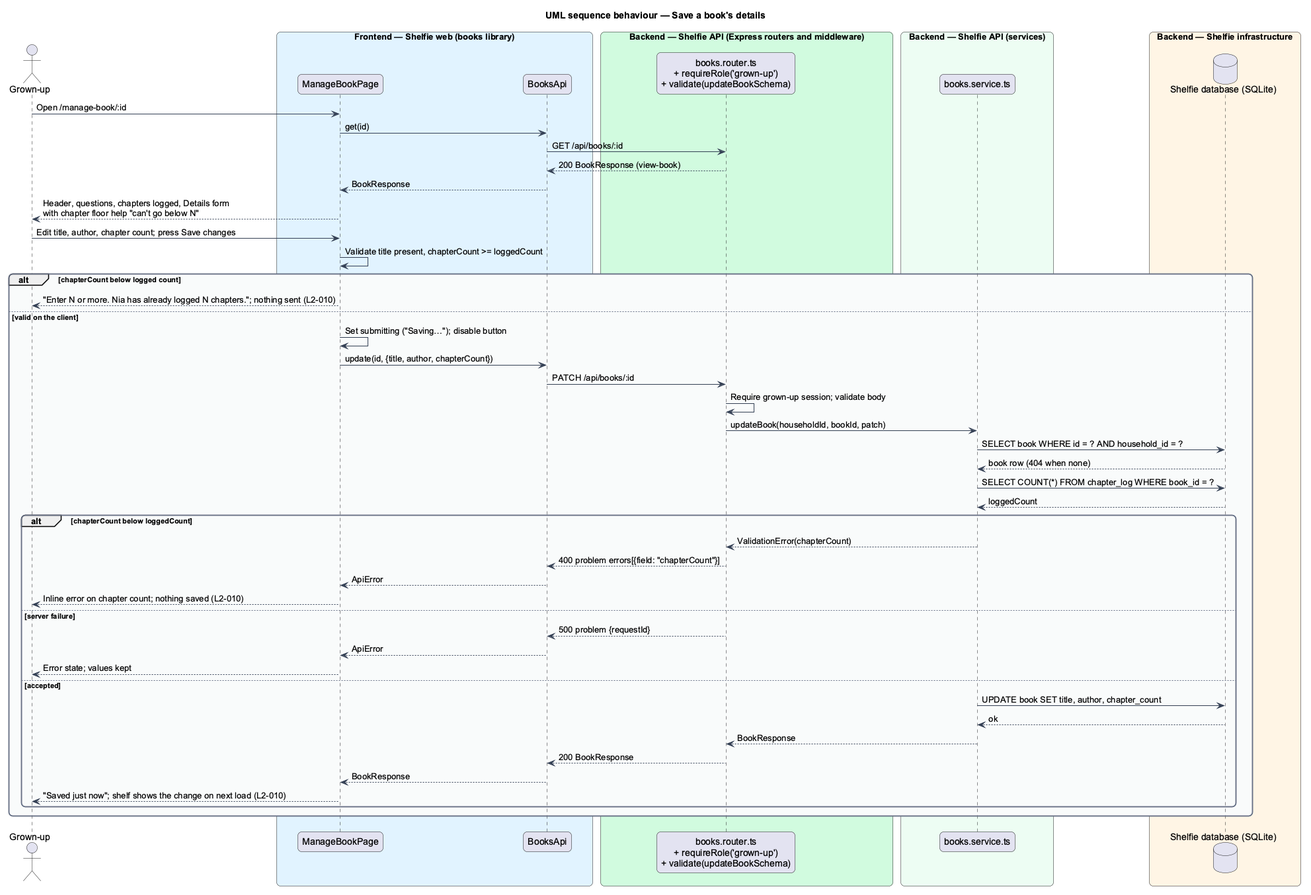
Earlier version of the PlantUML export docs/detailed-designs/books/manage-book/diagrams/sequence-save-details.png (QuinntyneBrown/shelfie). Its diagram source:
```plantuml
@startuml
title UML sequence behaviour — Save a book's details
skinparam backgroundColor #FFFFFF
skinparam shadowing false
skinparam roundcorner 12
skinparam defaultFontName Arial
skinparam ArrowColor #344054
skinparam rectangle {
  BorderColor #344054
  FontColor #101828
}
skinparam package {
  BorderColor #667085
  FontColor #101828
  BackgroundColor #F9FAFB
}
actor "Grown-up" as grownUp
box "Frontend — Shelfie web (books library)" #E0F2FE
  participant "ManageBookPage" as page
  participant "BooksApi" as client
end box
box "Backend — Shelfie API (Express routers and middleware)" #D1FADF
  participant "books.router.ts\n+ requireRole('grown-up')\n+ validate(updateBookSchema)" as router
end box
box "Backend — Shelfie API (services)" #ECFDF3
  participant "books.service.ts" as service
end box
box "Backend — Shelfie infrastructure" #FFF4E5
  database "Shelfie database (SQLite)" as db
end box

grownUp -> page : Open /manage-book/:id
page -> client : get(id)
client -> router : GET /api/books/:id
router --> client : 200 BookResponse (view-book)
client --> page : BookResponse
page --> grownUp : Header, questions, chapters logged, Details form\nwith chapter floor help "can't go below N"
grownUp -> page : Edit title, author, chapter count; press Save changes
page -> page : Validate title present, chapterCount >= loggedCount
alt chapterCount below logged count
  page --> grownUp : "Enter N or more. Nia has already logged N chapters."; nothing sent (L2-010)
else valid on the client
  page -> page : Set submitting ("Saving…"); disable button
  page -> client : update(id, {title, author, chapterCount})
  client -> router : PATCH /api/books/:id
  router -> router : Require grown-up session; validate body
  router -> service : updateBook(householdId, bookId, patch)
  service -> db : SELECT book WHERE id = ? AND household_id = ?
  db --> service : book row (404 when none)
  service -> db : SELECT COUNT(*) FROM chapter_log WHERE book_id = ?
  db --> service : loggedCount
  alt chapterCount below loggedCount
    service --> router : ValidationError(chapterCount)
    router --> client : 400 problem errors[{field: "chapterCount"}]
    client --> page : ApiError
    page --> grownUp : Inline error on chapter count; nothing saved (L2-010)
  else server failure
    router --> client : 500 problem {requestId}
    client --> page : ApiError
    page --> grownUp : Error state; values kept
  else accepted
    service -> db : UPDATE book SET title, author, chapter_count
    db --> service : ok
    service --> router : BookResponse
    router --> client : 200 BookResponse
    client --> page : BookResponse
    page --> grownUp : "Saved just now"; shelf shows the change on next load (L2-010)
  end
end
@enduml
```
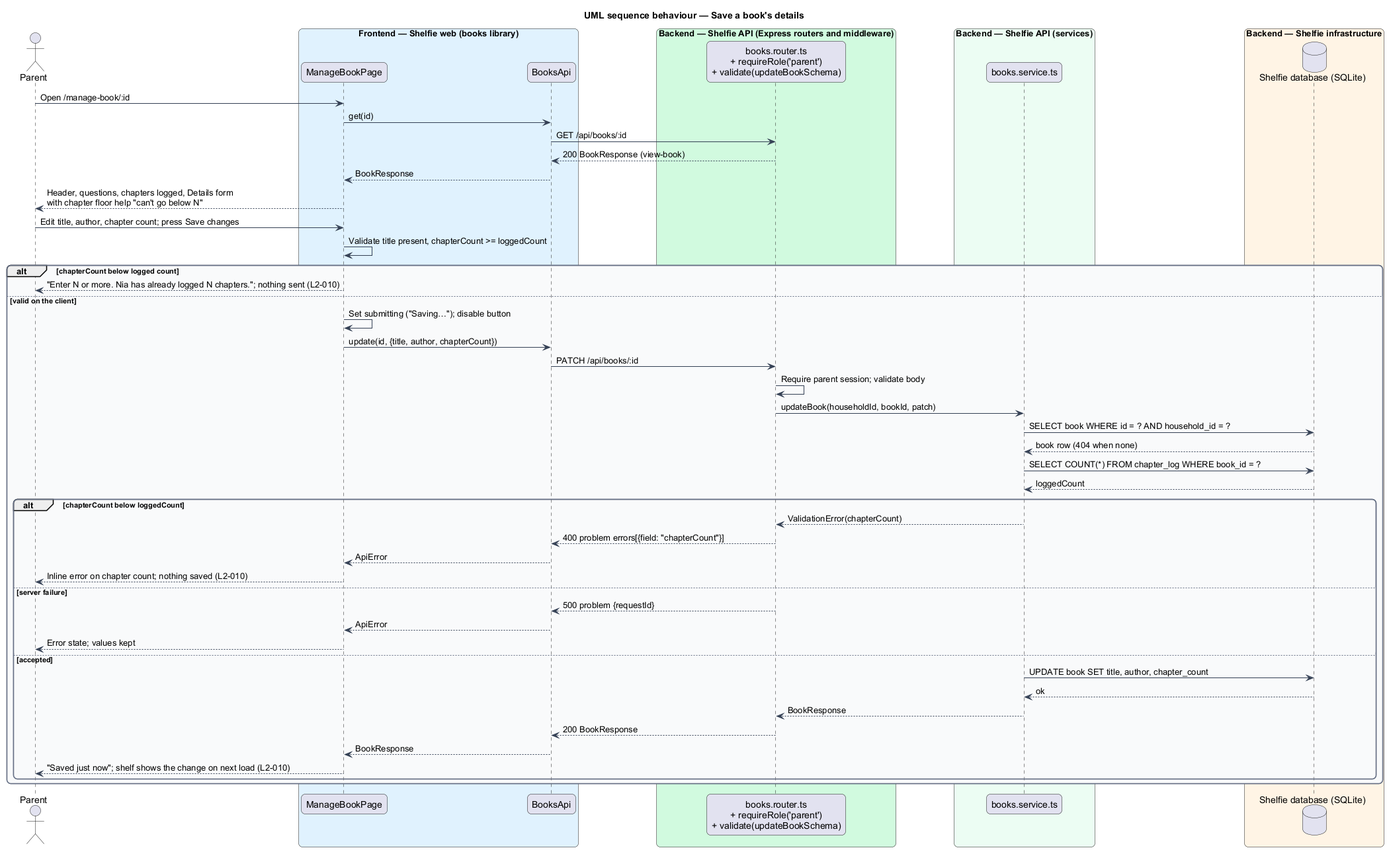
Later version of the same file.

What changed in the source:
```diff
@@ -14,13 +14,13 @@
   FontColor #101828
   BackgroundColor #F9FAFB
 }
-actor "Grown-up" as grownUp
+actor "Parent" as grownUp
 box "Frontend — Shelfie web (books library)" #E0F2FE
   participant "ManageBookPage" as page
   participant "BooksApi" as client
 end box
 box "Backend — Shelfie API (Express routers and middleware)" #D1FADF
-  participant "books.router.ts\n+ requireRole('grown-up')\n+ validate(updateBookSchema)" as router
+  participant "books.router.ts\n+ requireRole('parent')\n+ validate(updateBookSchema)" as router
 end box
 box "Backend — Shelfie API (services)" #ECFDF3
   participant "books.service.ts" as service
@@ -43,7 +43,7 @@
   page -> page : Set submitting ("Saving…"); disable button
   page -> client : update(id, {title, author, chapterCount})
   client -> router : PATCH /api/books/:id
-  router -> router : Require grown-up session; validate body
+  router -> router : Require parent session; validate body
   router -> service : updateBook(householdId, bookId, patch)
   service -> db : SELECT book WHERE id = ? AND household_id = ?
   db --> service : book row (404 when none)
```
